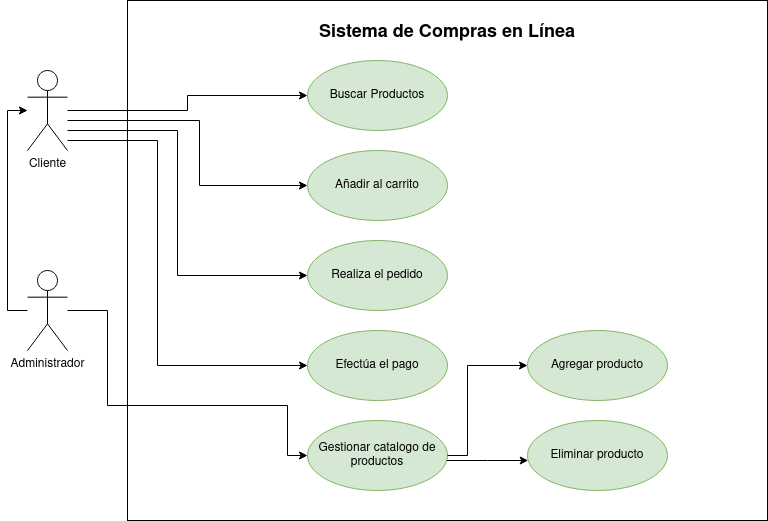
Before: Sistema de Compras en Línea.png, a diagram exported from draw.io (alejandrosalazargonzalez/tarea-diagramas). Source tidied: cells renumbered, new cells last; positions are measured from the earlier drawing's top-left corner, leaving out a move shared by most shapes.
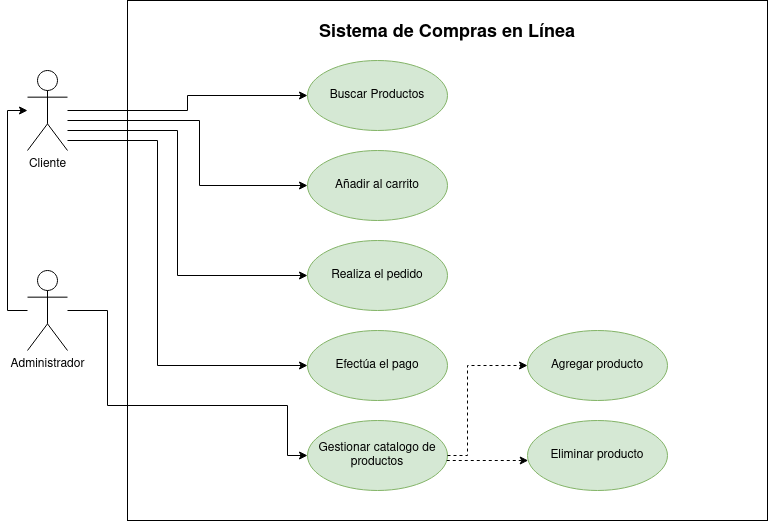
Above is the later version.

Diff of the diagram source:
```diff
@@ -77,7 +77,7 @@
     <mxCell id="17" value="Agregar producto" style="ellipse;whiteSpace=wrap;html=1;fillColor=#d5e8d4;strokeColor=#82b366;" parent="10" vertex="1">
       <mxGeometry x="400" y="330" width="140" height="70" as="geometry" />
     </mxCell>
-    <mxCell id="18" style="edgeStyle=orthogonalEdgeStyle;rounded=0;jettySize=auto;html=1;" parent="10" edge="1" source="16" target="17">
+    <mxCell id="18" style="edgeStyle=orthogonalEdgeStyle;rounded=0;jettySize=auto;html=1;dashed=1;" parent="10" edge="1" source="16" target="17">
       <mxGeometry relative="1" as="geometry">
         <Array as="points">
           <mxPoint x="340" y="455" />
@@ -88,7 +88,7 @@
     <mxCell id="19" value="Eliminar producto" style="ellipse;whiteSpace=wrap;html=1;fillColor=#d5e8d4;strokeColor=#82b366;" parent="1" vertex="1">
       <mxGeometry x="520" y="420" width="140" height="70" as="geometry" />
     </mxCell>
-    <mxCell id="20" style="edgeStyle=orthogonalEdgeStyle;rounded=0;jettySize=auto;html=1;" parent="1" edge="1" source="16" target="19">
+    <mxCell id="20" style="edgeStyle=orthogonalEdgeStyle;rounded=0;jettySize=auto;html=1;dashed=1;" parent="1" edge="1" source="16" target="19">
       <mxGeometry relative="1" as="geometry">
         <Array as="points">
           <mxPoint x="480" y="460" />
```
